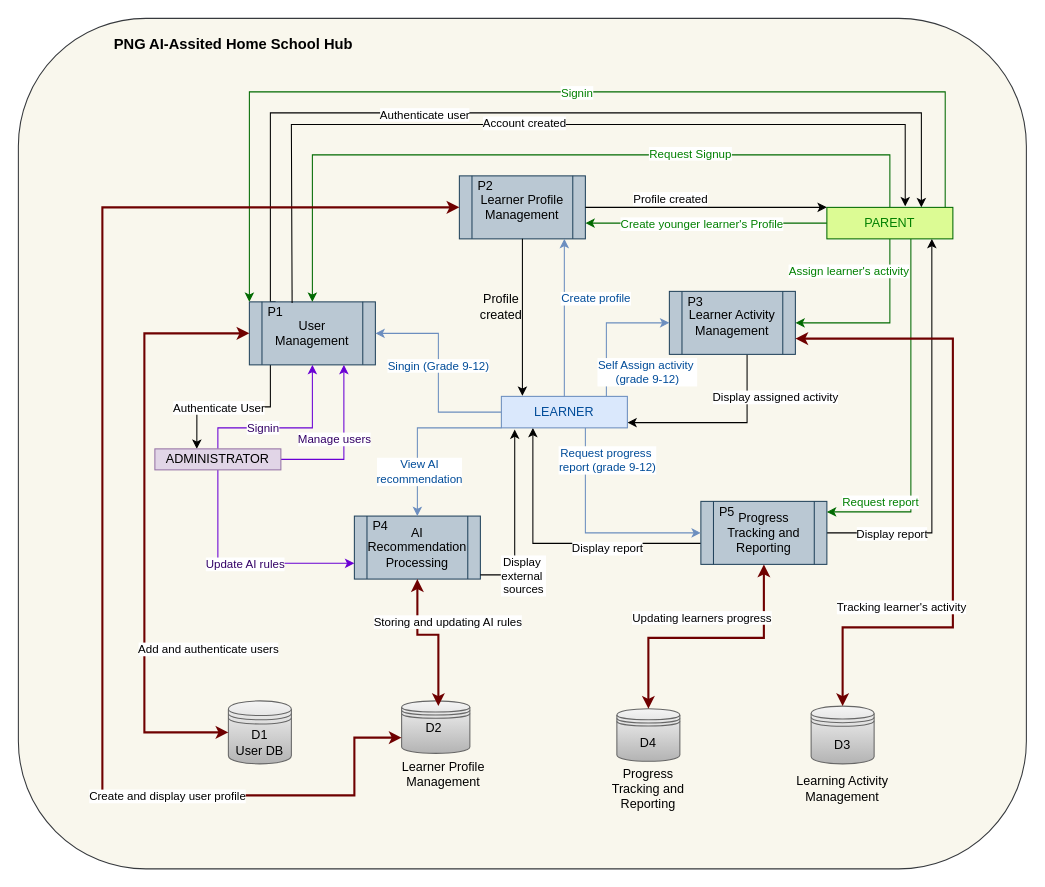
Above: page "Data Flow Diagram Level 1" (4 of 4) of Use Case Diagram.drawio in Nash230/IS406-Final-Year-Major-Project (draw.io), before the change. Source tidied: cells renumbered, new cells numbered last; positions are measured from the earlier drawing's top-left corner, leaving out a move shared by most shapes. Both pictures are drawn from the tidied source at 105%, with x=0, y=0 at pixel (18, 18).
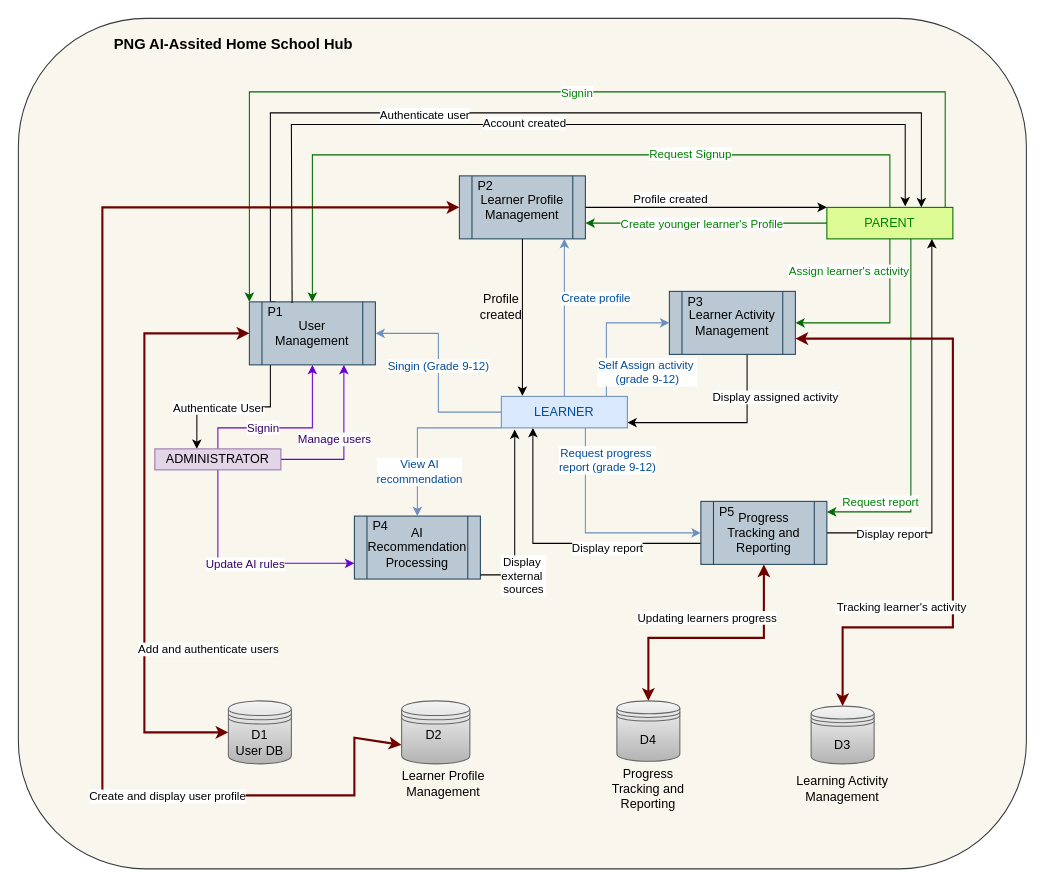
The same page after the edit.

Unchanged cells that the change refers to:
```xml
<mxCell id="11" value="AI Recommendation Processing" style="shape=process;whiteSpace=wrap;html=1;backgroundOutline=1;fillColor=#bac8d3;strokeColor=#23445d;" parent="1" vertex="1">
  <mxGeometry x="320" y="474" width="120" height="60" as="geometry" />
</mxCell>
```

Diff of the diagram source:
```diff
@@
     <mxCell id="50" value="&lt;div&gt;D2&amp;nbsp;&lt;/div&gt;&lt;div&gt;&lt;br&gt;&lt;/div&gt;" style="shape=datastore;whiteSpace=wrap;html=1;fillColor=#f5f5f5;strokeColor=#666666;gradientColor=#b3b3b3;" parent="1" vertex="1">
-      <mxGeometry x="365" y="650" width="65" height="50" as="geometry" />
+      <mxGeometry x="365" y="650" width="65" height="60" as="geometry" />
     </mxCell>
@@
     <mxCell id="52" value="D4" style="shape=datastore;whiteSpace=wrap;html=1;fillColor=#f5f5f5;strokeColor=#666666;gradientColor=#b3b3b3;" parent="1" vertex="1">
-      <mxGeometry x="570" y="657.5" width="60" height="50" as="geometry" />
+      <mxGeometry x="570" y="650" width="60" height="57.5" as="geometry" />
     </mxCell>
@@
     <mxCell id="54" value="Learner Profile Management" style="text;html=1;whiteSpace=wrap;strokeColor=none;fillColor=none;align=center;verticalAlign=middle;rounded=0;" parent="1" vertex="1">
-      <mxGeometry x="360" y="705" width="90" height="30" as="geometry" />
+      <mxGeometry x="360" y="714" width="90" height="30" as="geometry" />
     </mxCell>
@@
-    <mxCell id="76" style="endArrow=classic;startArrow=classic;html=1;rounded=0;entryX=0.5;entryY=1;entryDx=0;entryDy=0;exitX=0.5;exitY=0;exitDx=0;exitDy=0;strokeWidth=2;fillColor=#a20025;strokeColor=#6F0000;" parent="1" edge="1" target="11">
-      <mxGeometry relative="1" as="geometry">
-        <mxPoint x="400" y="655" as="sourcePoint" />
-        <Array as="points">
-          <mxPoint x="400" y="587" />
-          <mxPoint x="380" y="587" />
-        </Array>
-      </mxGeometry>
-    </mxCell>
-    <mxCell id="77" value="Storing and updating AI rules" style="edgeLabel;html=1;align=center;verticalAlign=middle;" parent="76" vertex="1">
-      <mxGeometry x="-0.12" y="1" relative="1" as="geometry">
-        <mxPoint x="9" y="-19" as="offset" />
-      </mxGeometry>
-    </mxCell>
```
